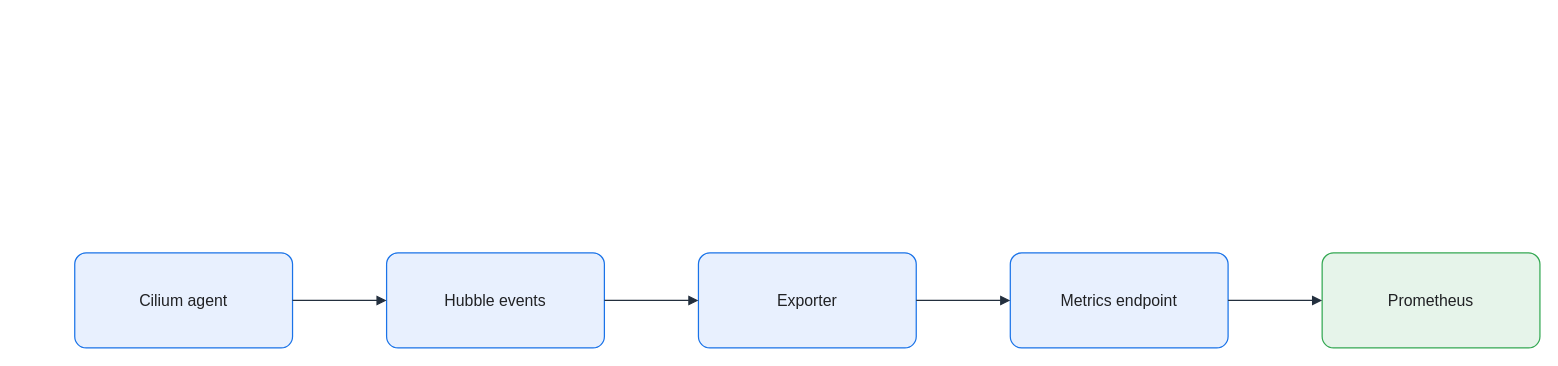
KKamJi98/kkamji98.github.io keeps this draw.io diagram as assets/img/kubernetes/hubble-exporter-flow.drawio. Above is the earlier version. Source tidied: cells renumbered, new cells numbered last; positions are measured from the earlier drawing's top-left corner, leaving out a move shared by most shapes. Both pictures are drawn from the tidied source at 99%, with x=0, y=0 at pixel (74, 252).
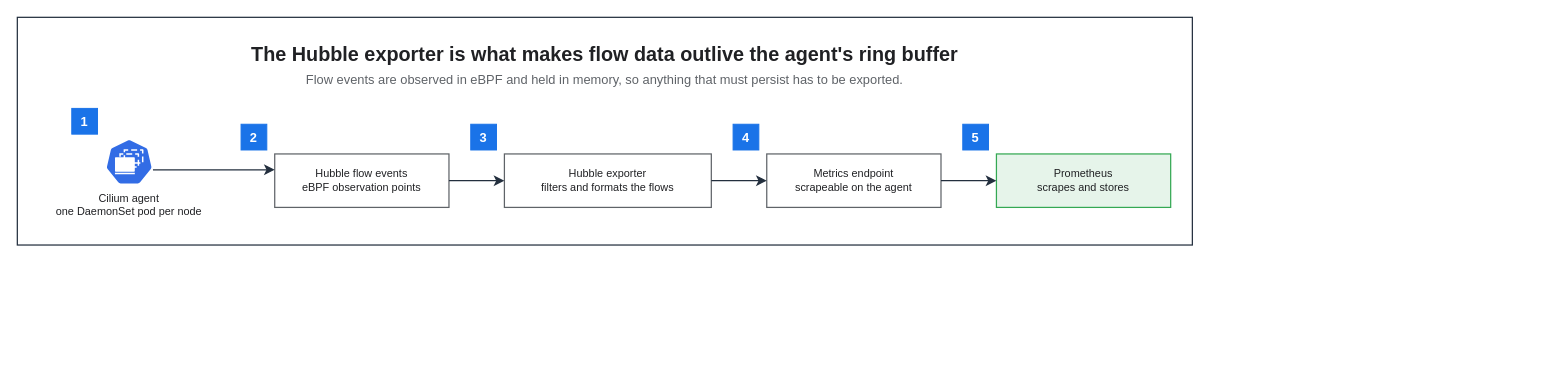
The same page after the edit.

Change to the diagram source:
```diff
@@
 <mxGraphModel background="#FFFFFF">
   <root>
     <mxCell id="0" />
     <mxCell id="1" parent="0" />
-    <mxCell id="2" value="Cilium agent" style="rounded=1;arcSize=12;whiteSpace=wrap;html=0;fillColor=#E8F0FE;strokeColor=#1A73E8;strokeWidth=1.25;fontColor=#202124;fontSize=16;align=center;verticalAlign=middle;spacing=8;shadow=0;" parent="1" vertex="1">
-      <mxGeometry width="220" height="96" as="geometry" />
-    </mxCell>
-    <mxCell id="3" value="Hubble events" style="rounded=1;arcSize=12;whiteSpace=wrap;html=0;fillColor=#E8F0FE;strokeColor=#1A73E8;strokeWidth=1.25;fontColor=#202124;fontSize=16;align=center;verticalAlign=middle;spacing=8;shadow=0;" parent="1" vertex="1">
-      <mxGeometry x="315" width="220" height="96" as="geometry" />
-    </mxCell>
-    <mxCell id="4" value="Exporter" style="rounded=1;arcSize=12;whiteSpace=wrap;html=0;fillColor=#E8F0FE;strokeColor=#1A73E8;strokeWidth=1.25;fontColor=#202124;fontSize=16;align=center;verticalAlign=middle;spacing=8;shadow=0;" parent="1" vertex="1">
-      <mxGeometry x="630" width="220" height="96" as="geometry" />
-    </mxCell>
-    <mxCell id="5" value="Metrics endpoint" style="rounded=1;arcSize=12;whiteSpace=wrap;html=0;fillColor=#E8F0FE;strokeColor=#1A73E8;strokeWidth=1.25;fontColor=#202124;fontSize=16;align=center;verticalAlign=middle;spacing=8;shadow=0;" parent="1" vertex="1">
-      <mxGeometry x="945" width="220" height="96" as="geometry" />
-    </mxCell>
-    <mxCell id="6" value="Prometheus" style="rounded=1;arcSize=12;whiteSpace=wrap;html=0;fillColor=#E6F4EA;strokeColor=#34A853;strokeWidth=1.25;fontColor=#202124;fontSize=16;align=center;verticalAlign=middle;spacing=8;shadow=0;" parent="1" vertex="1">
-      <mxGeometry x="1260" width="220" height="96" as="geometry" />
-    </mxCell>
-    <mxCell id="7" style="edgeStyle=orthogonalEdgeStyle;rounded=0;jettySize=auto;html=0;endArrow=block;endFill=1;strokeColor=#232F3E;strokeWidth=1.25;fontColor=#202124;labelBackgroundColor=none;exitX=1;exitY=0.5;exitDx=0;exitDy=0;entryX=0;entryY=0.5;entryDx=0;entryDy=0;endSize=7;" parent="1" edge="1" source="2" target="3">
-      <mxGeometry relative="1" as="geometry" />
-    </mxCell>
-    <mxCell id="8" style="edgeStyle=orthogonalEdgeStyle;rounded=0;jettySize=auto;html=0;endArrow=block;endFill=1;strokeColor=#232F3E;strokeWidth=1.25;fontColor=#202124;labelBackgroundColor=none;exitX=1;exitY=0.5;exitDx=0;exitDy=0;entryX=0;entryY=0.5;entryDx=0;entryDy=0;endSize=7;" parent="1" edge="1" source="3" target="4">
-      <mxGeometry relative="1" as="geometry" />
-    </mxCell>
-    <mxCell id="9" style="edgeStyle=orthogonalEdgeStyle;rounded=0;jettySize=auto;html=0;endArrow=block;endFill=1;strokeColor=#232F3E;strokeWidth=1.25;fontColor=#202124;labelBackgroundColor=none;exitX=1;exitY=0.5;exitDx=0;exitDy=0;entryX=0;entryY=0.5;entryDx=0;entryDy=0;endSize=7;" parent="1" edge="1" source="4" target="5">
-      <mxGeometry relative="1" as="geometry" />
-    </mxCell>
-    <mxCell id="10" style="edgeStyle=orthogonalEdgeStyle;rounded=0;jettySize=auto;html=0;endArrow=block;endFill=1;strokeColor=#232F3E;strokeWidth=1.25;fontColor=#202124;labelBackgroundColor=none;exitX=1;exitY=0.5;exitDx=0;exitDy=0;entryX=0;entryY=0.5;entryDx=0;entryDy=0;endSize=7;" parent="1" edge="1" source="5" target="6">
-      <mxGeometry relative="1" as="geometry" />
-    </mxCell>
+    <mxCell id="11" style="rounded=0;html=0;fillColor=none;strokeColor=#232F3E;fontColor=#202124;strokeWidth=1.25;" parent="1" vertex="1">
+      <mxGeometry x="-58" y="-238" width="1186.9" height="230" as="geometry" />
+    </mxCell>
+    <mxCell id="12" value="The Hubble exporter is what makes flow data outlive the agent's ring buffer" style="text;html=0;whiteSpace=wrap;fillColor=none;strokeColor=none;fontColor=#202124;fontSize=20;fontStyle=1;align=center;verticalAlign=middle;" parent="1" vertex="1">
+      <mxGeometry x="-36" y="-216" width="1142.9" height="30" as="geometry" />
+    </mxCell>
+    <mxCell id="13" value="Flow events are observed in eBPF and held in memory, so anything that must persist has to be exported." style="text;html=0;whiteSpace=wrap;fillColor=none;strokeColor=none;fontColor=#5F6368;fontSize=13;fontStyle=0;align=center;verticalAlign=middle;" parent="1" vertex="1">
+      <mxGeometry x="-36" y="-186" width="1142.9" height="22" as="geometry" />
+    </mxCell>
+    <mxCell id="14" value="Cilium agent&#10;one DaemonSet pod per node" style="sketch=0;outlineConnect=0;gradientColor=none;html=0;whiteSpace=nowrap;fontSize=11;fontStyle=0;fontColor=#202124;verticalLabelPosition=bottom;verticalAlign=top;align=center;labelBackgroundColor=none;fillColor=#326CE5;strokeColor=none;dashed=0;shape=mxgraph.kubernetes.icon;prIcon=ds;" parent="1" vertex="1">
+      <mxGeometry x="31" y="-116" width="48" height="48" as="geometry" />
+    </mxCell>
+    <mxCell id="15" value="Hubble flow events&#10;eBPF observation points" style="rounded=0;whiteSpace=wrap;html=0;fillColor=#FFFFFF;strokeColor=#5F6368;fontColor=#202124;fontSize=11;fontStyle=0;align=center;verticalAlign=middle;spacingLeft=6;spacingRight=6;strokeWidth=1.25;" parent="1" vertex="1">
+      <mxGeometry x="202" y="-100" width="176" height="54" as="geometry" />
+    </mxCell>
+    <mxCell id="16" value="Hubble exporter&#10;filters and formats the flows" style="rounded=0;whiteSpace=wrap;html=0;fillColor=#FFFFFF;strokeColor=#5F6368;fontColor=#202124;fontSize=11;fontStyle=0;align=center;verticalAlign=middle;spacingLeft=6;spacingRight=6;strokeWidth=1.25;" parent="1" vertex="1">
+      <mxGeometry x="434" y="-100" width="209" height="54" as="geometry" />
+    </mxCell>
+    <mxCell id="17" value="Metrics endpoint&#10;scrapeable on the agent" style="rounded=0;whiteSpace=wrap;html=0;fillColor=#FFFFFF;strokeColor=#5F6368;fontColor=#202124;fontSize=11;fontStyle=0;align=center;verticalAlign=middle;spacingLeft=6;spacingRight=6;strokeWidth=1.25;" parent="1" vertex="1">
+      <mxGeometry x="699" y="-100" width="176" height="54" as="geometry" />
+    </mxCell>
+    <mxCell id="18" value="Prometheus&#10;scrapes and stores" style="rounded=0;whiteSpace=wrap;html=0;fillColor=#E6F4EA;strokeColor=#34A853;fontColor=#202124;fontSize=11;fontStyle=0;align=center;verticalAlign=middle;spacingLeft=6;spacingRight=6;strokeWidth=1.25;" parent="1" vertex="1">
+      <mxGeometry x="931" y="-100" width="176" height="54" as="geometry" />
+    </mxCell>
+    <mxCell id="19" value="1" style="rounded=0;whiteSpace=wrap;html=0;fillColor=#1A73E8;strokeColor=#1A73E8;fontColor=#FFFFFF;fontSize=13;fontStyle=1;align=center;verticalAlign=middle;" parent="1" vertex="1">
+      <mxGeometry x="-3" y="-146" width="26" height="26" as="geometry" />
+    </mxCell>
+    <mxCell id="20" value="2" style="rounded=0;whiteSpace=wrap;html=0;fillColor=#1A73E8;strokeColor=#1A73E8;fontColor=#FFFFFF;fontSize=13;fontStyle=1;align=center;verticalAlign=middle;" parent="1" vertex="1">
+      <mxGeometry x="168" y="-130" width="26" height="26" as="geometry" />
+    </mxCell>
+    <mxCell id="21" value="3" style="rounded=0;whiteSpace=wrap;html=0;fillColor=#1A73E8;strokeColor=#1A73E8;fontColor=#FFFFFF;fontSize=13;fontStyle=1;align=center;verticalAlign=middle;" parent="1" vertex="1">
+      <mxGeometry x="400" y="-130" width="26" height="26" as="geometry" />
+    </mxCell>
+    <mxCell id="22" value="4" style="rounded=0;whiteSpace=wrap;html=0;fillColor=#1A73E8;strokeColor=#1A73E8;fontColor=#FFFFFF;fontSize=13;fontStyle=1;align=center;verticalAlign=middle;" parent="1" vertex="1">
+      <mxGeometry x="665" y="-130" width="26" height="26" as="geometry" />
+    </mxCell>
+    <mxCell id="23" value="5" style="rounded=0;whiteSpace=wrap;html=0;fillColor=#1A73E8;strokeColor=#1A73E8;fontColor=#FFFFFF;fontSize=13;fontStyle=1;align=center;verticalAlign=middle;" parent="1" vertex="1">
+      <mxGeometry x="897" y="-130" width="26" height="26" as="geometry" />
+    </mxCell>
+    <mxCell id="24" style="edgeStyle=orthogonalEdgeStyle;rounded=0;html=0;strokeColor=#232F3E;strokeWidth=1.25;endArrow=classic;endFill=1;endSize=7;fontSize=11;fontColor=#202124;labelBackgroundColor=none;jettySize=14;exitX=1;exitY=0.6667;entryX=0;entryY=0.2963;exitDx=0;exitDy=0;entryDx=0;entryDy=0;" parent="1" edge="1" source="14" target="15">
+      <mxGeometry relative="1" as="geometry" />
+    </mxCell>
+    <mxCell id="25" style="edgeStyle=orthogonalEdgeStyle;rounded=0;html=0;strokeColor=#232F3E;strokeWidth=1.25;endArrow=classic;endFill=1;endSize=7;fontSize=11;fontColor=#202124;labelBackgroundColor=none;jettySize=14;exitX=1;exitY=0.5;entryX=0;entryY=0.5;exitDx=0;exitDy=0;entryDx=0;entryDy=0;" parent="1" edge="1" source="15" target="16">
+      <mxGeometry relative="1" as="geometry" />
+    </mxCell>
+    <mxCell id="26" style="edgeStyle=orthogonalEdgeStyle;rounded=0;html=0;strokeColor=#232F3E;strokeWidth=1.25;endArrow=classic;endFill=1;endSize=7;fontSize=11;fontColor=#202124;labelBackgroundColor=none;jettySize=14;exitX=1;exitY=0.5;entryX=0;entryY=0.5;exitDx=0;exitDy=0;entryDx=0;entryDy=0;" parent="1" edge="1" source="16" target="17">
+      <mxGeometry relative="1" as="geometry" />
+    </mxCell>
+    <mxCell id="27" style="edgeStyle=orthogonalEdgeStyle;rounded=0;html=0;strokeColor=#232F3E;strokeWidth=1.25;endArrow=classic;endFill=1;endSize=7;fontSize=11;fontColor=#202124;labelBackgroundColor=none;jettySize=14;exitX=1;exitY=0.5;entryX=0;entryY=0.5;exitDx=0;exitDy=0;entryDx=0;entryDy=0;" parent="1" edge="1" source="17" target="18">
+      <mxGeometry relative="1" as="geometry" />
+    </mxCell>
   </root>
 </mxGraphModel>
```
